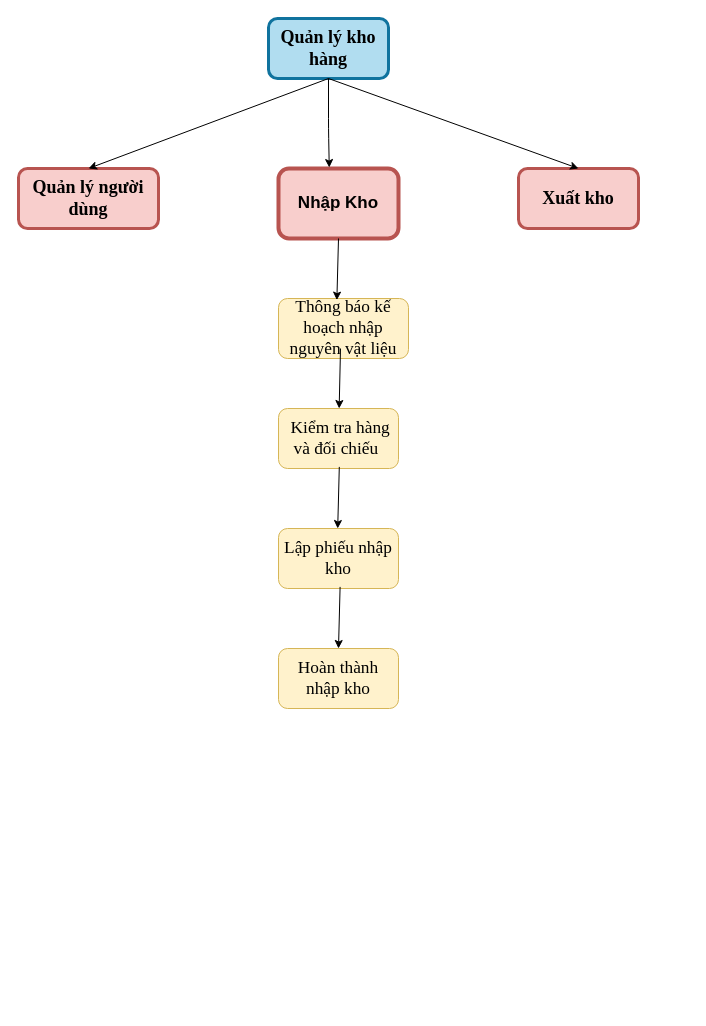
Before: page "Page-1" (1 of 3) of SystemAnalysis_PhanTichHeThong/BFD.drawio in phantranhieunhan/WharehouseManagement, a draw.io diagram. Source tidied: cells renumbered, new cells numbered last; positions are measured from the earlier drawing's top-left corner, leaving out a move shared by most shapes. Both pictures are drawn from the tidied source at 100%, with x=0, y=0 at pixel (18, 18).
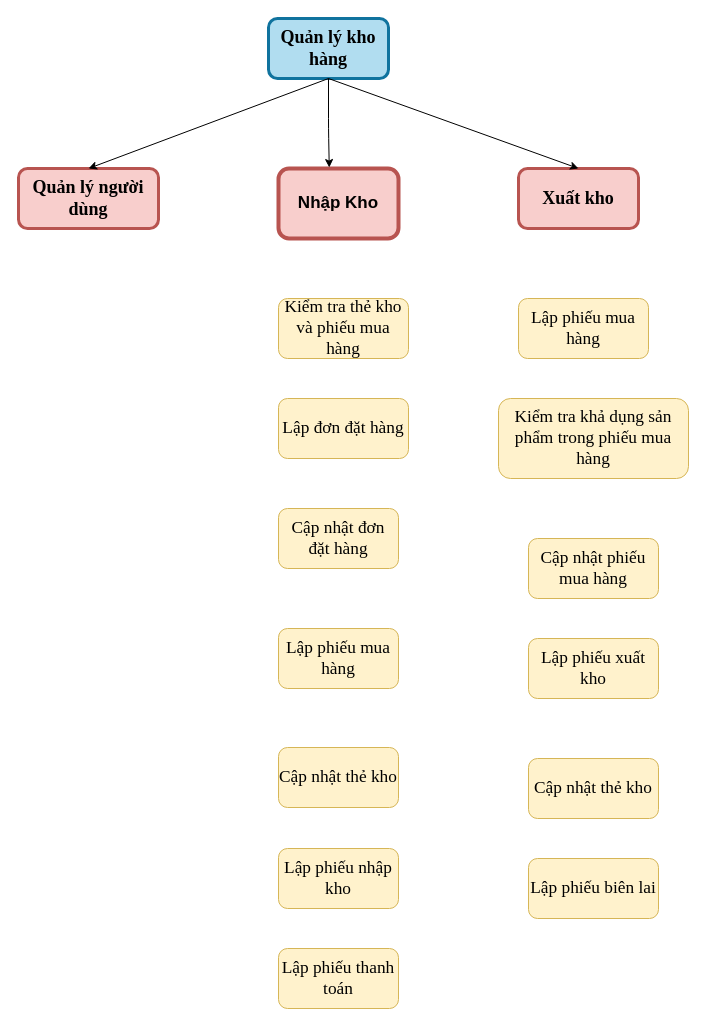
The same diagram, later.

Unchanged cells that the change refers to:
```xml
<mxCell id="9" value="&lt;font style=&quot;font-size: 17px&quot;&gt;&lt;b&gt;Nhập Kho&lt;/b&gt;&lt;/font&gt;" style="rounded=1;whiteSpace=wrap;html=1;fillColor=#f8cecc;strokeColor=#b85450;strokeWidth=4;" parent="1" vertex="1">
  <mxGeometry x="260" y="150" width="120" height="70" as="geometry" />
</mxCell>
```

Change to the diagram source:
```diff
@@
-    <mxCell id="5" value="&lt;span style=&quot;font-size: 13.0pt ; font-family: &amp;#34;times new roman&amp;#34; , serif&quot;&gt;Lập phiếu nhập kho&lt;/span&gt;" style="rounded=1;whiteSpace=wrap;html=1;fillColor=#fff2cc;strokeColor=#d6b656;" parent="1" vertex="1">
-      <mxGeometry x="260" y="510" width="120" height="60" as="geometry" />
+    <mxCell id="5" value="&lt;font face=&quot;times new roman, serif&quot;&gt;&lt;span style=&quot;font-size: 17.3333px&quot;&gt;Lập phiếu mua hàng&lt;/span&gt;&lt;/font&gt;" style="rounded=1;whiteSpace=wrap;html=1;fillColor=#fff2cc;strokeColor=#d6b656;" parent="1" vertex="1">
+      <mxGeometry x="260" y="610" width="120" height="60" as="geometry" />
     </mxCell>
-    <mxCell id="6" value="&lt;span style=&quot;font-size: 13.0pt ; font-family: &amp;#34;times new roman&amp;#34; , serif&quot;&gt;Thông báo kế hoạch nhập nguyên vật liệu&lt;/span&gt;" style="rounded=1;whiteSpace=wrap;html=1;fillColor=#fff2cc;strokeColor=#d6b656;" parent="1" vertex="1">
-      <mxGeometry x="260" y="280" width="130" height="60" as="geometry" />
+    <mxCell id="6" value="&lt;font face=&quot;times new roman, serif&quot;&gt;&lt;span style=&quot;font-size: 17.3333px&quot;&gt;Lập đơn đặt hàng&lt;/span&gt;&lt;/font&gt;" style="rounded=1;whiteSpace=wrap;html=1;fillColor=#fff2cc;strokeColor=#d6b656;" parent="1" vertex="1">
+      <mxGeometry x="260" y="380" width="130" height="60" as="geometry" />
     </mxCell>
-    <mxCell id="7" value="&lt;span style=&quot;font-size: 13.0pt ; font-family: &amp;#34;times new roman&amp;#34; , serif&quot;&gt;&amp;nbsp;&lt;span lang=&quot;VI&quot;&gt;Kiểm tra hàng và đối chiếu&amp;nbsp;&lt;/span&gt;&lt;/span&gt;" style="rounded=1;whiteSpace=wrap;html=1;fillColor=#fff2cc;strokeColor=#d6b656;" parent="1" vertex="1">
-      <mxGeometry x="260" y="390" width="120" height="60" as="geometry" />
+    <mxCell id="7" value="&lt;font face=&quot;times new roman, serif&quot;&gt;&lt;span style=&quot;font-size: 17.3333px&quot;&gt;Cập nhật đơn đặt hàng&lt;/span&gt;&lt;/font&gt;" style="rounded=1;whiteSpace=wrap;html=1;fillColor=#fff2cc;strokeColor=#d6b656;" parent="1" vertex="1">
+      <mxGeometry x="260" y="490" width="120" height="60" as="geometry" />
     </mxCell>
-    <mxCell id="8" value="&lt;span style=&quot;font-size: 13.0pt ; font-family: &amp;#34;times new roman&amp;#34; , serif&quot;&gt;Hoàn thành nhập kho&lt;/span&gt;" style="rounded=1;whiteSpace=wrap;html=1;fillColor=#fff2cc;strokeColor=#d6b656;" parent="1" vertex="1">
-      <mxGeometry x="260" y="630" width="120" height="60" as="geometry" />
+    <mxCell id="8" value="&lt;font face=&quot;times new roman, serif&quot;&gt;&lt;span style=&quot;font-size: 17.3333px&quot;&gt;Cập nhật thẻ kho&lt;/span&gt;&lt;/font&gt;" style="rounded=1;whiteSpace=wrap;html=1;fillColor=#fff2cc;strokeColor=#d6b656;" parent="1" vertex="1">
+      <mxGeometry x="260" y="729" width="120" height="60" as="geometry" />
     </mxCell>
@@
-    <mxCell id="10" style="endArrow=classic;html=1;exitX=0.5;exitY=1;exitDx=0;exitDy=0;entryX=0.449;entryY=0.027;entryDx=0;entryDy=0;entryPerimeter=0;" parent="1" edge="1" source="9" target="6">
-      <mxGeometry relative="1" as="geometry" />
-    </mxCell>
-    <mxCell id="11" style="endArrow=classic;html=1;" parent="1" edge="1" target="7">
-      <mxGeometry relative="1" as="geometry">
-        <mxPoint x="322" y="330" as="sourcePoint" />
-      </mxGeometry>
-    </mxCell>
-    <mxCell id="12" style="endArrow=classic;html=1;exitX=0.5;exitY=1;exitDx=0;exitDy=0;entryX=0.449;entryY=0.027;entryDx=0;entryDy=0;entryPerimeter=0;" parent="1" edge="1">
-      <mxGeometry relative="1" as="geometry">
-        <mxPoint x="320.8" y="448.4" as="sourcePoint" />
-        <mxPoint x="319.2" y="510" as="targetPoint" />
-      </mxGeometry>
-    </mxCell>
-    <mxCell id="13" style="endArrow=classic;html=1;exitX=0.5;exitY=1;exitDx=0;exitDy=0;entryX=0.449;entryY=0.027;entryDx=0;entryDy=0;entryPerimeter=0;" parent="1" edge="1">
-      <mxGeometry relative="1" as="geometry">
-        <mxPoint x="321.6" y="568.4" as="sourcePoint" />
-        <mxPoint x="320" y="630" as="targetPoint" />
-      </mxGeometry>
-    </mxCell>
@@
+    <mxCell id="17" value="&lt;span style=&quot;font-size: 13.0pt ; font-family: &amp;#34;times new roman&amp;#34; , serif&quot;&gt;Lập&lt;/span&gt;&lt;span style=&quot;font-family: &amp;#34;times new roman&amp;#34; , serif ; font-size: 17.3333px&quot;&gt;&amp;nbsp;phiếu mua hàng&lt;/span&gt;&lt;span style=&quot;font-size: 13.0pt ; font-family: &amp;#34;times new roman&amp;#34; , serif&quot;&gt;&lt;br&gt;&lt;/span&gt;" style="rounded=1;whiteSpace=wrap;html=1;fillColor=#fff2cc;strokeColor=#d6b656;" parent="1" vertex="1">
+      <mxGeometry x="500" y="280" width="130" height="60" as="geometry" />
+    </mxCell>
+    <mxCell id="18" value="&lt;span style=&quot;font-size: 13.0pt ; font-family: &amp;#34;times new roman&amp;#34; , serif&quot;&gt;Kiểm tra khả dụng sản phẩm trong phiếu mua hàng&lt;br&gt;&lt;/span&gt;" style="rounded=1;whiteSpace=wrap;html=1;fillColor=#fff2cc;strokeColor=#d6b656;" parent="1" vertex="1">
+      <mxGeometry x="480" y="380" width="190" height="80" as="geometry" />
+    </mxCell>
+    <mxCell id="19" value="&lt;span style=&quot;font-family: &amp;#34;times new roman&amp;#34; , serif ; font-size: 17.3333px&quot;&gt;Cập nhật phiếu mua hàng&lt;/span&gt;&lt;span style=&quot;font-size: 13.0pt ; font-family: &amp;#34;times new roman&amp;#34; , serif&quot;&gt;&lt;br&gt;&lt;/span&gt;" style="rounded=1;whiteSpace=wrap;html=1;fillColor=#fff2cc;strokeColor=#d6b656;" parent="1" vertex="1">
+      <mxGeometry x="510" y="520" width="130" height="60" as="geometry" />
+    </mxCell>
+    <mxCell id="20" value="&lt;span style=&quot;font-size: 13.0pt ; font-family: &amp;#34;times new roman&amp;#34; , serif&quot;&gt;Lập phiếu xuất kho&lt;br&gt;&lt;/span&gt;" style="rounded=1;whiteSpace=wrap;html=1;fillColor=#fff2cc;strokeColor=#d6b656;" parent="1" vertex="1">
+      <mxGeometry x="510" y="620" width="130" height="60" as="geometry" />
+    </mxCell>
+    <mxCell id="21" value="&lt;span style=&quot;font-size: 13.0pt ; font-family: &amp;#34;times new roman&amp;#34; , serif&quot;&gt;Cập nhật thẻ kho&lt;br&gt;&lt;/span&gt;" style="rounded=1;whiteSpace=wrap;html=1;fillColor=#fff2cc;strokeColor=#d6b656;" parent="1" vertex="1">
+      <mxGeometry x="510" y="740" width="130" height="60" as="geometry" />
+    </mxCell>
+    <mxCell id="22" value="&lt;span style=&quot;font-size: 13.0pt ; font-family: &amp;#34;times new roman&amp;#34; , serif&quot;&gt;Lập phiếu biên lai&lt;br&gt;&lt;/span&gt;" style="rounded=1;whiteSpace=wrap;html=1;fillColor=#fff2cc;strokeColor=#d6b656;" parent="1" vertex="1">
+      <mxGeometry x="510" y="840" width="130" height="60" as="geometry" />
+    </mxCell>
+    <mxCell id="23" value="&lt;font face=&quot;times new roman, serif&quot;&gt;&lt;span style=&quot;font-size: 17.3333px&quot;&gt;Kiểm tra thẻ kho và phiếu mua hàng&lt;/span&gt;&lt;/font&gt;" style="rounded=1;whiteSpace=wrap;html=1;fillColor=#fff2cc;strokeColor=#d6b656;" parent="1" vertex="1">
+      <mxGeometry x="260" y="280" width="130" height="60" as="geometry" />
+    </mxCell>
+    <mxCell id="24" value="&lt;font face=&quot;times new roman, serif&quot;&gt;&lt;span style=&quot;font-size: 17.3333px&quot;&gt;Lập phiếu nhập kho&lt;/span&gt;&lt;/font&gt;" style="rounded=1;whiteSpace=wrap;html=1;fillColor=#fff2cc;strokeColor=#d6b656;" parent="1" vertex="1">
+      <mxGeometry x="260" y="830" width="120" height="60" as="geometry" />
+    </mxCell>
+    <mxCell id="25" value="&lt;font face=&quot;times new roman, serif&quot;&gt;&lt;span style=&quot;font-size: 17.3333px&quot;&gt;Lập phiếu thanh toán&lt;/span&gt;&lt;/font&gt;" style="rounded=1;whiteSpace=wrap;html=1;fillColor=#fff2cc;strokeColor=#d6b656;" parent="1" vertex="1">
+      <mxGeometry x="260" y="930" width="120" height="60" as="geometry" />
+    </mxCell>
```
